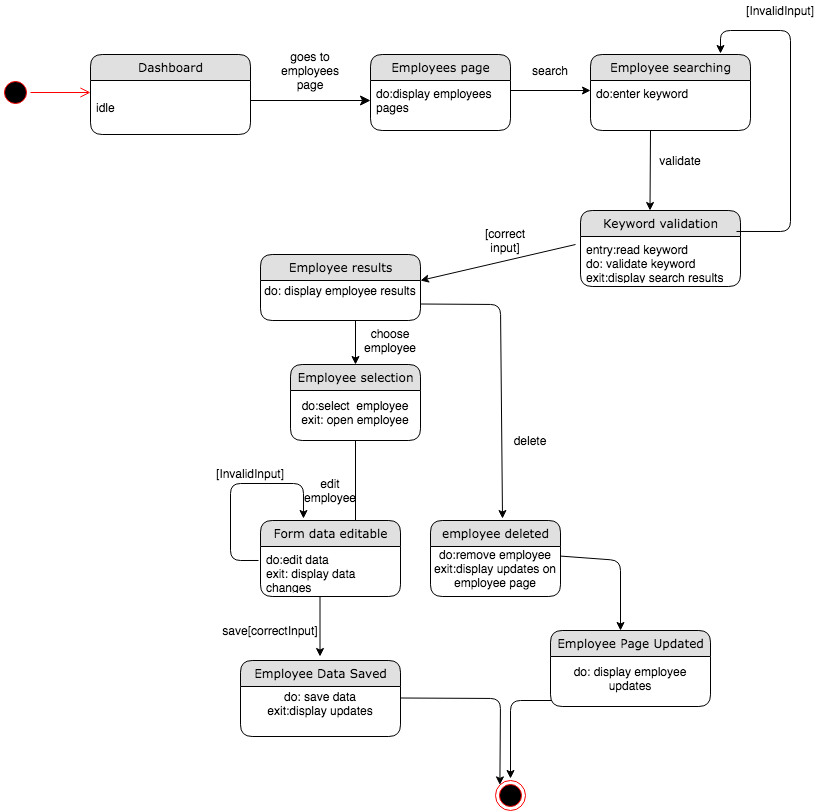
This is Diagrams/State Chart Diagrams FINAL/ST_11-12-13_ View Edit Remove Employee.png from kkasharaj17/SE-project, a draw.io export, as it was before one commit. Source tidied: cells renumbered, new cells last; positions are measured from the earlier drawing's top-left corner, leaving out a move shared by most shapes.
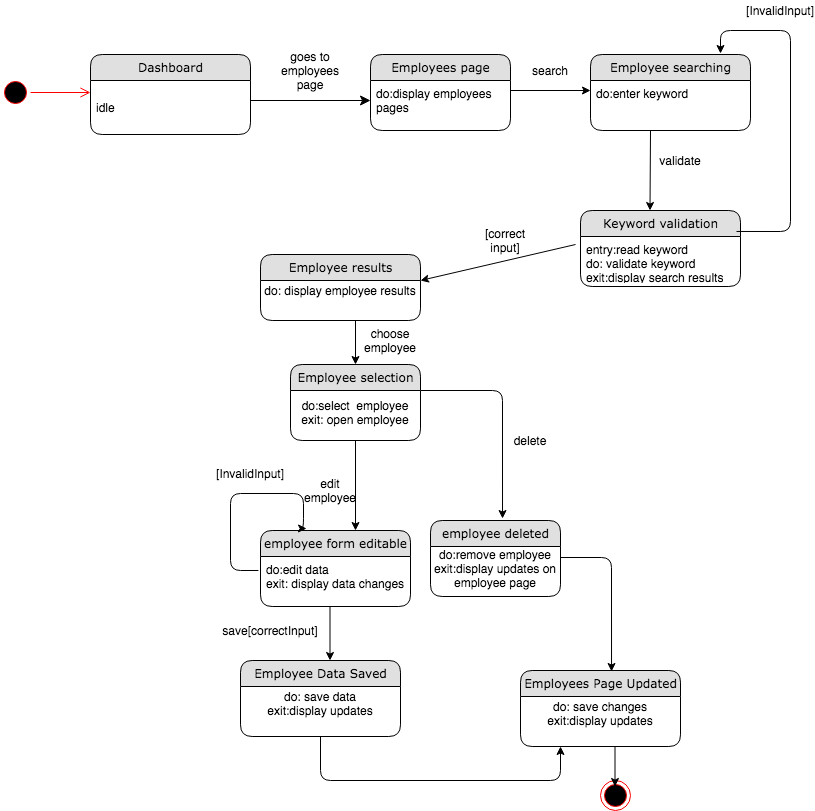
After the change.

What changed in the source:
```diff
@@ -67,7 +67,7 @@
       <mxGeometry x="530" y="60" width="40" height="20" as="geometry" />
     </mxCell>
     <mxCell id="19" style="ellipse;html=1;shape=endState;fillColor=#000000;strokeColor=#ff0000;" parent="1" vertex="1">
-      <mxGeometry x="495" y="780" width="30" height="30" as="geometry" />
+      <mxGeometry x="600" y="780" width="30" height="30" as="geometry" />
     </mxCell>
     <mxCell id="20" style="edgeStyle=segmentEdgeStyle;endArrow=classic;html=1;exitX=0.975;exitY=-0.114;exitDx=0;exitDy=0;exitPerimeter=0;" parent="1" edge="1" source="10">
       <mxGeometry relative="1" as="geometry">
@@ -91,29 +91,21 @@
     <mxCell id="24" value="[InvalidInput]" style="text;html=1;strokeColor=none;fillColor=none;align=center;verticalAlign=middle;whiteSpace=wrap;rounded=0;" parent="1" vertex="1">
       <mxGeometry x="230" y="463" width="40" height="20" as="geometry" />
     </mxCell>
-    <mxCell id="25" style="endArrow=classic;html=1;exitX=0.5;exitY=1;exitDx=0;exitDy=0;" parent="1" edge="1" source="47">
-      <mxGeometry relative="1" as="geometry">
-        <mxPoint x="510" y="778" as="targetPoint" />
-        <Array as="points">
-          <mxPoint x="510" y="700" />
-        </Array>
-      </mxGeometry>
-    </mxCell>
     <mxCell id="26" value="save[correctInput]" style="text;html=1;strokeColor=none;fillColor=none;align=center;verticalAlign=middle;whiteSpace=wrap;rounded=0;" parent="1" vertex="1">
       <mxGeometry x="250" y="620" width="40" height="20" as="geometry" />
     </mxCell>
-    <mxCell id="27" style="endArrow=classic;html=1;entryX=0;entryY=0;entryDx=0;entryDy=0;" parent="1" edge="1" target="19">
+    <mxCell id="27" style="endArrow=classic;html=1;exitX=0.5;exitY=1;exitDx=0;exitDy=0;entryX=0.25;entryY=1;entryDx=0;entryDy=0;" parent="1" edge="1" source="41" target="48">
       <mxGeometry relative="1" as="geometry">
-        <mxPoint x="400" y="697.5" as="sourcePoint" />
         <Array as="points">
-          <mxPoint x="500" y="698" />
+          <mxPoint x="320" y="780" />
+          <mxPoint x="560" y="780" />
         </Array>
       </mxGeometry>
     </mxCell>
-    <mxCell id="28" style="endArrow=classic;html=1;exitX=1;exitY=0.75;exitDx=0;exitDy=0;entryX=0.554;entryY=-0.026;entryDx=0;entryDy=0;entryPerimeter=0;" parent="1" edge="1" source="33" target="44">
+    <mxCell id="28" style="endArrow=classic;html=1;exitX=1;exitY=0;exitDx=0;exitDy=0;entryX=0.554;entryY=-0.026;entryDx=0;entryDy=0;entryPerimeter=0;" parent="1" edge="1" source="36" target="44">
       <mxGeometry relative="1" as="geometry">
         <Array as="points">
-          <mxPoint x="500" y="304" />
+          <mxPoint x="502" y="390" />
         </Array>
       </mxGeometry>
     </mxCell>
@@ -128,11 +120,10 @@
     <mxCell id="31" value="delete" style="text;html=1;strokeColor=none;fillColor=none;align=center;verticalAlign=middle;whiteSpace=wrap;rounded=0;" parent="1" vertex="1">
       <mxGeometry x="510" y="430" width="40" height="20" as="geometry" />
     </mxCell>
-    <mxCell id="32" style="endArrow=classic;html=1;exitX=0;exitY=0;exitDx=0;exitDy=0;" parent="1" edge="1" source="45">
+    <mxCell id="32" style="endArrow=classic;html=1;exitX=1;exitY=0.25;exitDx=0;exitDy=0;entryX=0.569;entryY=0.013;entryDx=0;entryDy=0;entryPerimeter=0;" parent="1" edge="1" source="45" target="48">
       <mxGeometry relative="1" as="geometry">
-        <mxPoint x="620" y="630" as="targetPoint" />
         <Array as="points">
-          <mxPoint x="620" y="560" />
+          <mxPoint x="611" y="557" />
         </Array>
       </mxGeometry>
     </mxCell>
@@ -153,21 +144,6 @@
         <mxPoint x="355" y="320" as="sourcePoint" />
       </mxGeometry>
     </mxCell>
-    <mxCell id="38" value="Form data editable" style="swimlane;html=1;fontStyle=0;horizontal=1;startSize=26;fillColor=#e0e0e0;swimlaneFillColor=#ffffff;align=center;rounded=1;shadow=0;comic=0;labelBackgroundColor=none;strokeWidth=1;fontFamily=Verdana;fontSize=12;" parent="1" vertex="1">
-      <mxGeometry x="260" y="520" width="140" height="76" as="geometry" />
-    </mxCell>
-    <mxCell id="39" value="do:edit data&lt;br&gt;exit: display data changes" style="text;html=1;strokeColor=none;fillColor=none;spacingLeft=4;spacingRight=4;whiteSpace=wrap;overflow=hidden;points=[[0,0.5],[1,0.5]];portConstraint=eastwest;" parent="38" vertex="1">
-      <mxGeometry y="26" width="140" height="44" as="geometry" />
-    </mxCell>
-    <mxCell id="40" style="edgeStyle=segmentEdgeStyle;endArrow=classic;html=1;exitX=-0.014;exitY=0.318;exitDx=0;exitDy=0;exitPerimeter=0;entryX=0.307;entryY=-0.026;entryDx=0;entryDy=0;entryPerimeter=0;" parent="38" edge="1" source="39" target="38">
-      <mxGeometry relative="1" as="geometry">
-        <Array as="points">
-          <mxPoint x="-30" y="40" />
-          <mxPoint x="-30" y="-37" />
-          <mxPoint x="43" y="-37" />
-        </Array>
-      </mxGeometry>
-    </mxCell>
     <mxCell id="41" value="Employee Data Saved" style="swimlane;html=1;fontStyle=0;horizontal=1;startSize=26;fillColor=#e0e0e0;swimlaneFillColor=#ffffff;align=center;rounded=1;shadow=0;comic=0;labelBackgroundColor=none;strokeWidth=1;fontFamily=Verdana;fontSize=12;" parent="1" vertex="1">
       <mxGeometry x="240" y="660" width="160" height="76" as="geometry" />
     </mxCell>
@@ -176,8 +152,8 @@
     </mxCell>
     <mxCell id="43" style="endArrow=classic;html=1;" parent="1" edge="1">
       <mxGeometry relative="1" as="geometry">
-        <mxPoint x="319.5" y="596" as="sourcePoint" />
-        <mxPoint x="319.5" y="656" as="targetPoint" />
+        <mxPoint x="329.5" y="600" as="sourcePoint" />
+        <mxPoint x="329.5" y="660" as="targetPoint" />
       </mxGeometry>
     </mxCell>
     <mxCell id="44" value="employee deleted" style="swimlane;html=1;fontStyle=0;horizontal=1;startSize=26;fillColor=#e0e0e0;swimlaneFillColor=#ffffff;align=center;rounded=1;shadow=0;comic=0;labelBackgroundColor=none;strokeWidth=1;fontFamily=Verdana;fontSize=12;" parent="1" vertex="1">
@@ -186,11 +162,32 @@
     <mxCell id="45" value="do:remove employee&lt;br&gt;exit:display updates on employee page" style="text;html=1;strokeColor=none;fillColor=none;align=center;verticalAlign=middle;whiteSpace=wrap;rounded=0;" parent="44" vertex="1">
       <mxGeometry y="26" width="130" height="44" as="geometry" />
     </mxCell>
-    <mxCell id="46" value="Employee Page Updated" style="swimlane;html=1;fontStyle=0;horizontal=1;startSize=26;fillColor=#e0e0e0;swimlaneFillColor=#ffffff;align=center;rounded=1;shadow=0;comic=0;labelBackgroundColor=none;strokeWidth=1;fontFamily=Verdana;fontSize=12;" parent="1" vertex="1">
-      <mxGeometry x="550" y="630" width="160" height="76" as="geometry" />
-    </mxCell>
-    <mxCell id="47" value="do: display employee updates" style="text;html=1;strokeColor=none;fillColor=none;align=center;verticalAlign=middle;whiteSpace=wrap;rounded=0;" parent="46" vertex="1">
-      <mxGeometry y="26" width="160" height="44" as="geometry" />
-    </mxCell>
+    <mxCell id="38" value="employee form editable" style="swimlane;html=1;fontStyle=0;horizontal=1;startSize=26;fillColor=#e0e0e0;swimlaneFillColor=#ffffff;align=center;rounded=1;shadow=0;comic=0;labelBackgroundColor=none;strokeWidth=1;fontFamily=Verdana;fontSize=12;" parent="1" vertex="1">
+      <mxGeometry x="260" y="530" width="150" height="76" as="geometry" />
+    </mxCell>
+    <mxCell id="39" value="do:edit data&lt;br&gt;exit: display data changes" style="text;html=1;strokeColor=none;fillColor=none;spacingLeft=4;spacingRight=4;whiteSpace=wrap;overflow=hidden;points=[[0,0.5],[1,0.5]];portConstraint=eastwest;" parent="38" vertex="1">
+      <mxGeometry y="26" width="150" height="44" as="geometry" />
+    </mxCell>
+    <mxCell id="40" style="edgeStyle=segmentEdgeStyle;endArrow=classic;html=1;exitX=-0.014;exitY=0.318;exitDx=0;exitDy=0;exitPerimeter=0;entryX=0.307;entryY=-0.026;entryDx=0;entryDy=0;entryPerimeter=0;" parent="38" edge="1" source="39" target="38">
+      <mxGeometry relative="1" as="geometry">
+        <Array as="points">
+          <mxPoint x="-30" y="40" />
+          <mxPoint x="-30" y="-37" />
+          <mxPoint x="43" y="-37" />
+        </Array>
+      </mxGeometry>
+    </mxCell>
+    <mxCell id="48" value="Employees Page Updated" style="swimlane;html=1;fontStyle=0;horizontal=1;startSize=26;fillColor=#e0e0e0;swimlaneFillColor=#ffffff;align=center;rounded=1;shadow=0;comic=0;labelBackgroundColor=none;strokeWidth=1;fontFamily=Verdana;fontSize=12;" parent="1" vertex="1">
+      <mxGeometry x="520" y="670" width="160" height="76" as="geometry" />
+    </mxCell>
+    <mxCell id="49" value="do: save changes&lt;br&gt;exit:display updates" style="text;html=1;strokeColor=none;fillColor=none;align=center;verticalAlign=middle;whiteSpace=wrap;rounded=0;" parent="48" vertex="1">
+      <mxGeometry y="26" width="160" height="34" as="geometry" />
+    </mxCell>
+    <mxCell id="50" style="endArrow=classic;html=1;" parent="1" edge="1">
+      <mxGeometry relative="1" as="geometry">
+        <mxPoint x="614.5" y="746" as="sourcePoint" />
+        <mxPoint x="614.5" y="786" as="targetPoint" />
+      </mxGeometry>
+    </mxCell>
   </root>
 </mxGraphModel>
```
